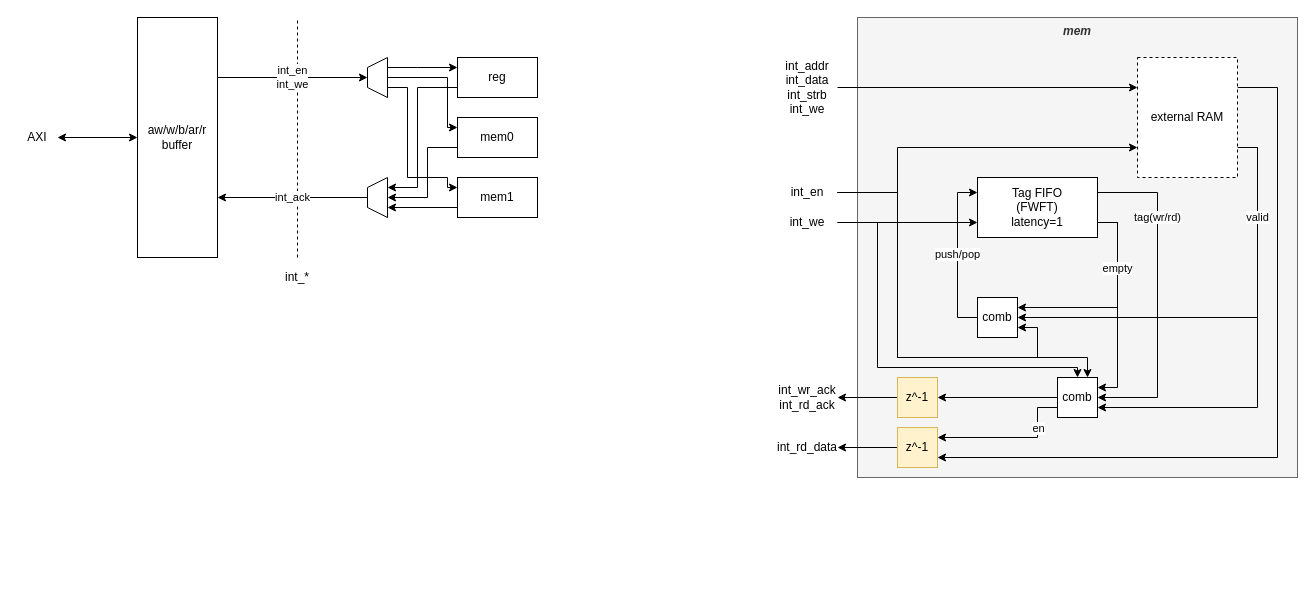
Earlier version of the draw.io diagram doc/impl.drawio (kele14x/bus_generator). Source tidied: cells renumbered, new cells numbered last; positions are measured from the earlier drawing's top-left corner, leaving out a move shared by most shapes. Both pictures are drawn from the tidied source at 100%, with x=0, y=0 at pixel (17, 17).
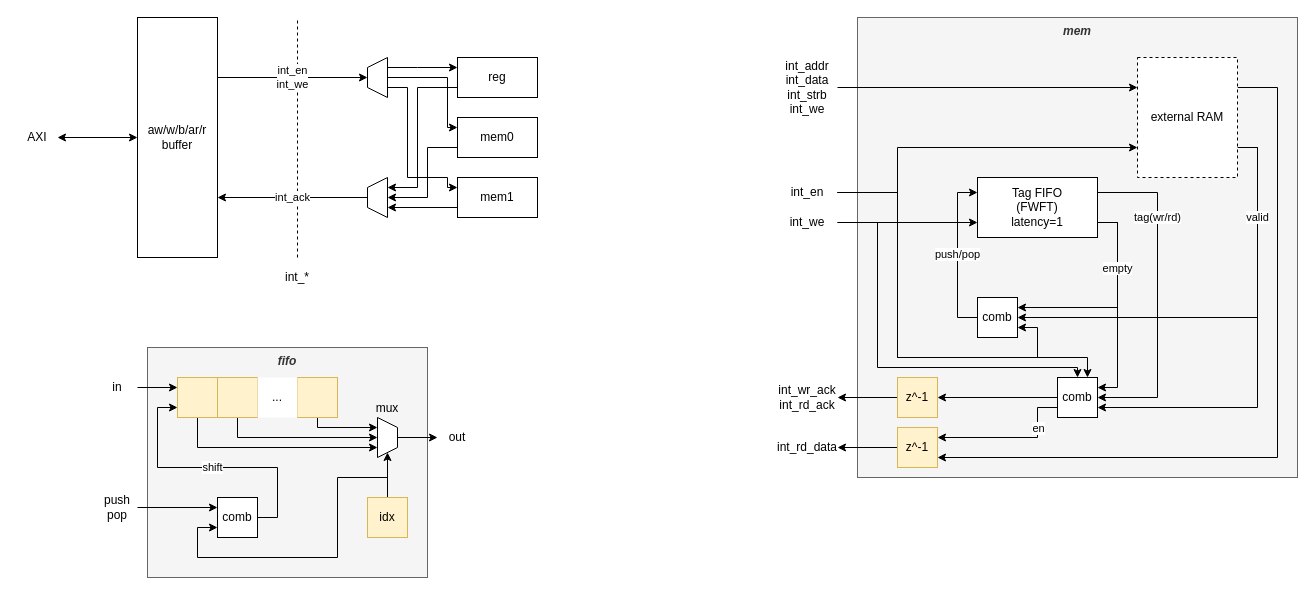
The same diagram, later.

The edit, as a diff of the source:
```diff
@@
+    <mxCell id="50" value="fifo" style="rounded=0;whiteSpace=wrap;html=1;fillColor=#f5f5f5;fontColor=#333333;strokeColor=#666666;verticalAlign=top;fontStyle=3;" parent="1" vertex="1">
+      <mxGeometry x="130" y="330" width="280" height="230" as="geometry" />
+    </mxCell>
@@
+    <mxCell id="51" style="edgeStyle=orthogonalEdgeStyle;shape=connector;rounded=0;jettySize=auto;html=1;exitX=1;exitY=0.5;exitDx=0;exitDy=0;strokeColor=default;align=center;verticalAlign=middle;fontFamily=Helvetica;fontSize=11;fontColor=default;labelBackgroundColor=default;endArrow=classic;entryX=0;entryY=0.25;entryDx=0;entryDy=0;" parent="1" edge="1" source="60" target="53">
+      <mxGeometry relative="1" as="geometry" />
+    </mxCell>
+    <mxCell id="52" style="edgeStyle=orthogonalEdgeStyle;shape=connector;rounded=0;jettySize=auto;html=1;exitX=0.5;exitY=1;exitDx=0;exitDy=0;entryX=0.75;entryY=1;entryDx=0;entryDy=0;strokeColor=default;align=center;verticalAlign=middle;fontFamily=Helvetica;fontSize=11;fontColor=default;labelBackgroundColor=default;endArrow=classic;" parent="1" edge="1" source="53" target="55">
+      <mxGeometry relative="1" as="geometry" />
+    </mxCell>
+    <mxCell id="53" style="rounded=0;whiteSpace=wrap;html=1;fillColor=#fff2cc;strokeColor=#d6b656;" parent="1" vertex="1">
+      <mxGeometry x="160" y="360" width="40" height="40" as="geometry" />
+    </mxCell>
+    <mxCell id="54" style="edgeStyle=orthogonalEdgeStyle;shape=connector;rounded=0;jettySize=auto;html=1;exitX=0.5;exitY=0;exitDx=0;exitDy=0;strokeColor=default;align=center;verticalAlign=middle;fontFamily=Helvetica;fontSize=11;fontColor=default;labelBackgroundColor=default;endArrow=classic;entryX=0;entryY=0.5;entryDx=0;entryDy=0;" parent="1" edge="1" source="55" target="62">
+      <mxGeometry relative="1" as="geometry" />
+    </mxCell>
+    <mxCell id="55" value="mux" style="shape=trapezoid;perimeter=trapezoidPerimeter;whiteSpace=wrap;html=1;shapeInside=1;fixedSize=1;direction=south;size=10;labelPosition=center;verticalLabelPosition=top;align=center;verticalAlign=bottom;" parent="1" vertex="1">
+      <mxGeometry x="360" y="400" width="20" height="40" as="geometry" />
+    </mxCell>
+    <mxCell id="56" style="edgeStyle=orthogonalEdgeStyle;shape=connector;rounded=0;jettySize=auto;html=1;exitX=0.5;exitY=1;exitDx=0;exitDy=0;entryX=0.5;entryY=1;entryDx=0;entryDy=0;strokeColor=default;align=center;verticalAlign=middle;fontFamily=Helvetica;fontSize=11;fontColor=default;labelBackgroundColor=default;endArrow=classic;" parent="1" edge="1" source="57" target="55">
+      <mxGeometry relative="1" as="geometry" />
+    </mxCell>
+    <mxCell id="57" style="rounded=0;whiteSpace=wrap;html=1;fillColor=#fff2cc;strokeColor=#d6b656;" parent="1" vertex="1">
+      <mxGeometry x="200" y="360" width="40" height="40" as="geometry" />
+    </mxCell>
+    <mxCell id="58" style="edgeStyle=orthogonalEdgeStyle;shape=connector;rounded=0;jettySize=auto;html=1;exitX=0.5;exitY=1;exitDx=0;exitDy=0;entryX=0.25;entryY=1;entryDx=0;entryDy=0;strokeColor=default;align=center;verticalAlign=middle;fontFamily=Helvetica;fontSize=11;fontColor=default;labelBackgroundColor=default;endArrow=classic;" parent="1" edge="1" source="59" target="55">
+      <mxGeometry relative="1" as="geometry">
+        <Array as="points">
+          <mxPoint x="300" y="410" />
+        </Array>
+      </mxGeometry>
+    </mxCell>
+    <mxCell id="59" style="rounded=0;whiteSpace=wrap;html=1;fillColor=#fff2cc;strokeColor=#d6b656;" parent="1" vertex="1">
+      <mxGeometry x="280" y="360" width="40" height="40" as="geometry" />
+    </mxCell>
+    <mxCell id="60" value="in" style="text;html=1;whiteSpace=wrap;strokeColor=none;fillColor=none;align=center;verticalAlign=middle;rounded=0;" parent="1" vertex="1">
+      <mxGeometry x="80" y="360" width="40" height="20" as="geometry" />
+    </mxCell>
+    <mxCell id="61" value="..." style="rounded=0;whiteSpace=wrap;html=1;strokeColor=none;" parent="1" vertex="1">
+      <mxGeometry x="240" y="360" width="40" height="40" as="geometry" />
+    </mxCell>
+    <mxCell id="62" value="out" style="text;html=1;whiteSpace=wrap;strokeColor=none;fillColor=none;align=center;verticalAlign=middle;rounded=0;" parent="1" vertex="1">
+      <mxGeometry x="420" y="400" width="40" height="40" as="geometry" />
+    </mxCell>
+    <mxCell id="63" value="shift" style="edgeStyle=orthogonalEdgeStyle;shape=connector;rounded=0;jettySize=auto;html=1;exitX=1;exitY=0.5;exitDx=0;exitDy=0;entryX=0;entryY=0.75;entryDx=0;entryDy=0;strokeColor=default;align=center;verticalAlign=middle;fontFamily=Helvetica;fontSize=11;fontColor=default;labelBackgroundColor=default;endArrow=classic;" parent="1" edge="1" source="64" target="53">
+      <mxGeometry relative="1" as="geometry">
+        <Array as="points">
+          <mxPoint x="260" y="500" />
+          <mxPoint x="260" y="450" />
+          <mxPoint x="140" y="450" />
+          <mxPoint x="140" y="390" />
+        </Array>
+      </mxGeometry>
+    </mxCell>
+    <mxCell id="64" value="comb" style="rounded=0;whiteSpace=wrap;html=1;" parent="1" vertex="1">
+      <mxGeometry x="200" y="480" width="40" height="40" as="geometry" />
+    </mxCell>
+    <mxCell id="65" style="edgeStyle=orthogonalEdgeStyle;shape=connector;rounded=0;jettySize=auto;html=1;exitX=0.5;exitY=0;exitDx=0;exitDy=0;entryX=1;entryY=0.5;entryDx=0;entryDy=0;strokeColor=default;align=center;verticalAlign=middle;fontFamily=Helvetica;fontSize=11;fontColor=default;labelBackgroundColor=default;endArrow=classic;" parent="1" edge="1" source="67" target="55">
+      <mxGeometry relative="1" as="geometry" />
+    </mxCell>
+    <mxCell id="66" style="edgeStyle=orthogonalEdgeStyle;shape=connector;rounded=0;jettySize=auto;html=1;exitX=0.5;exitY=0;exitDx=0;exitDy=0;entryX=0;entryY=0.75;entryDx=0;entryDy=0;strokeColor=default;align=center;verticalAlign=middle;fontFamily=Helvetica;fontSize=11;fontColor=default;labelBackgroundColor=default;endArrow=classic;" parent="1" edge="1" source="67" target="64">
+      <mxGeometry relative="1" as="geometry">
+        <Array as="points">
+          <mxPoint x="370" y="460" />
+          <mxPoint x="320" y="460" />
+          <mxPoint x="320" y="540" />
+          <mxPoint x="180" y="540" />
+          <mxPoint x="180" y="510" />
+        </Array>
+      </mxGeometry>
+    </mxCell>
+    <mxCell id="67" value="idx" style="rounded=0;whiteSpace=wrap;html=1;fillColor=#fff2cc;strokeColor=#d6b656;" parent="1" vertex="1">
+      <mxGeometry x="350" y="480" width="40" height="40" as="geometry" />
+    </mxCell>
+    <mxCell id="68" style="edgeStyle=orthogonalEdgeStyle;shape=connector;rounded=0;jettySize=auto;html=1;exitX=1;exitY=0.5;exitDx=0;exitDy=0;entryX=0;entryY=0.25;entryDx=0;entryDy=0;strokeColor=default;align=center;verticalAlign=middle;fontFamily=Helvetica;fontSize=11;fontColor=default;labelBackgroundColor=default;endArrow=classic;" parent="1" edge="1" source="69" target="64">
+      <mxGeometry relative="1" as="geometry" />
+    </mxCell>
+    <mxCell id="69" value="push&lt;div&gt;pop&lt;/div&gt;" style="text;html=1;whiteSpace=wrap;strokeColor=none;fillColor=none;align=center;verticalAlign=middle;rounded=0;" parent="1" vertex="1">
+      <mxGeometry x="80" y="480" width="40" height="20" as="geometry" />
+    </mxCell>
```
